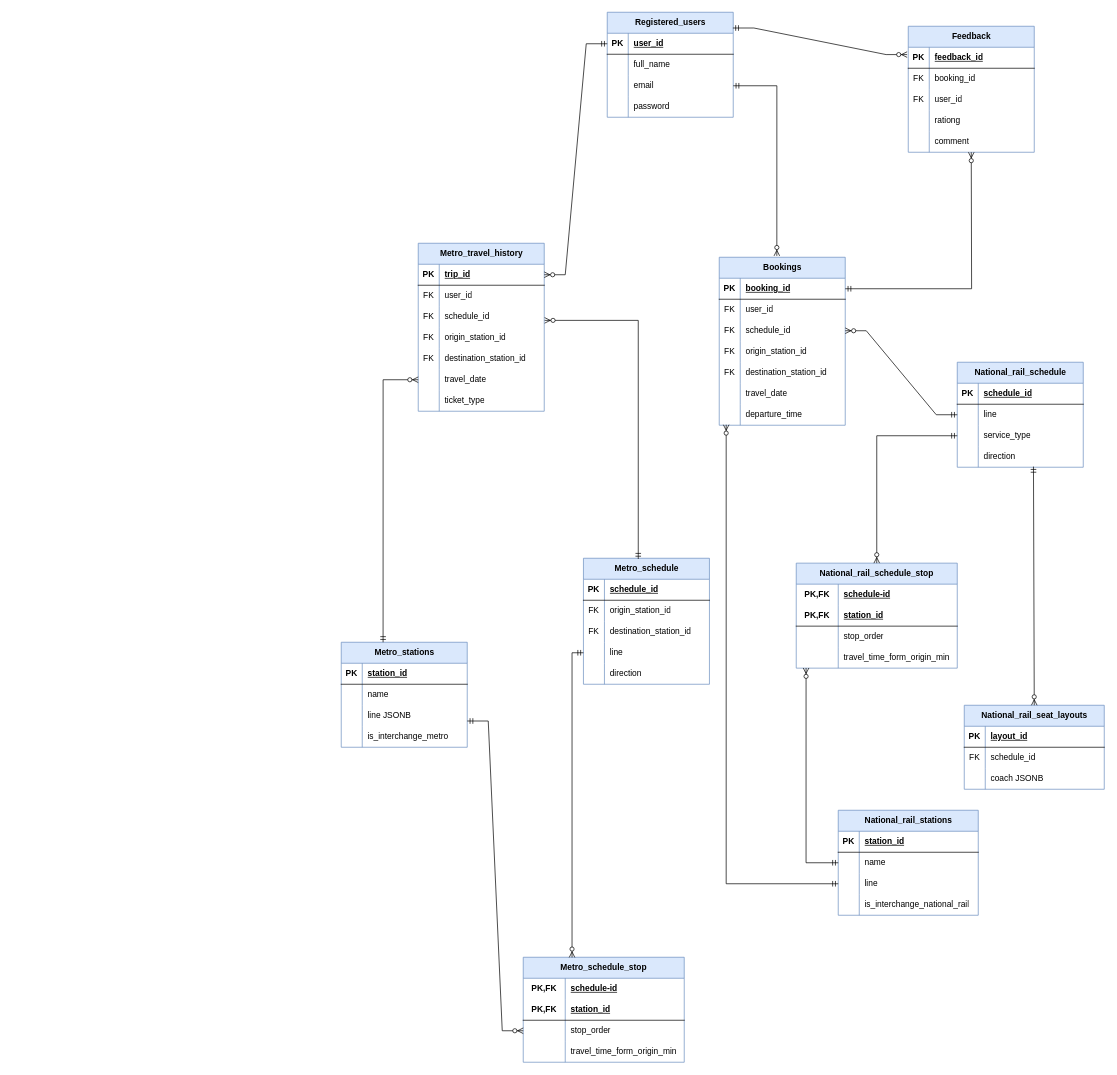
This is Transitflow.drawio from JoannaLai909/IM2002-DBMGT-Train-final, a draw.io file, before an edit. Source tidied: cells renumbered, new cells numbered last; positions are measured from the earlier drawing's top-left corner, leaving out a move shared by most shapes. Both pictures are drawn from the tidied source at 70%, with x=0, y=0 at pixel (341, 12).
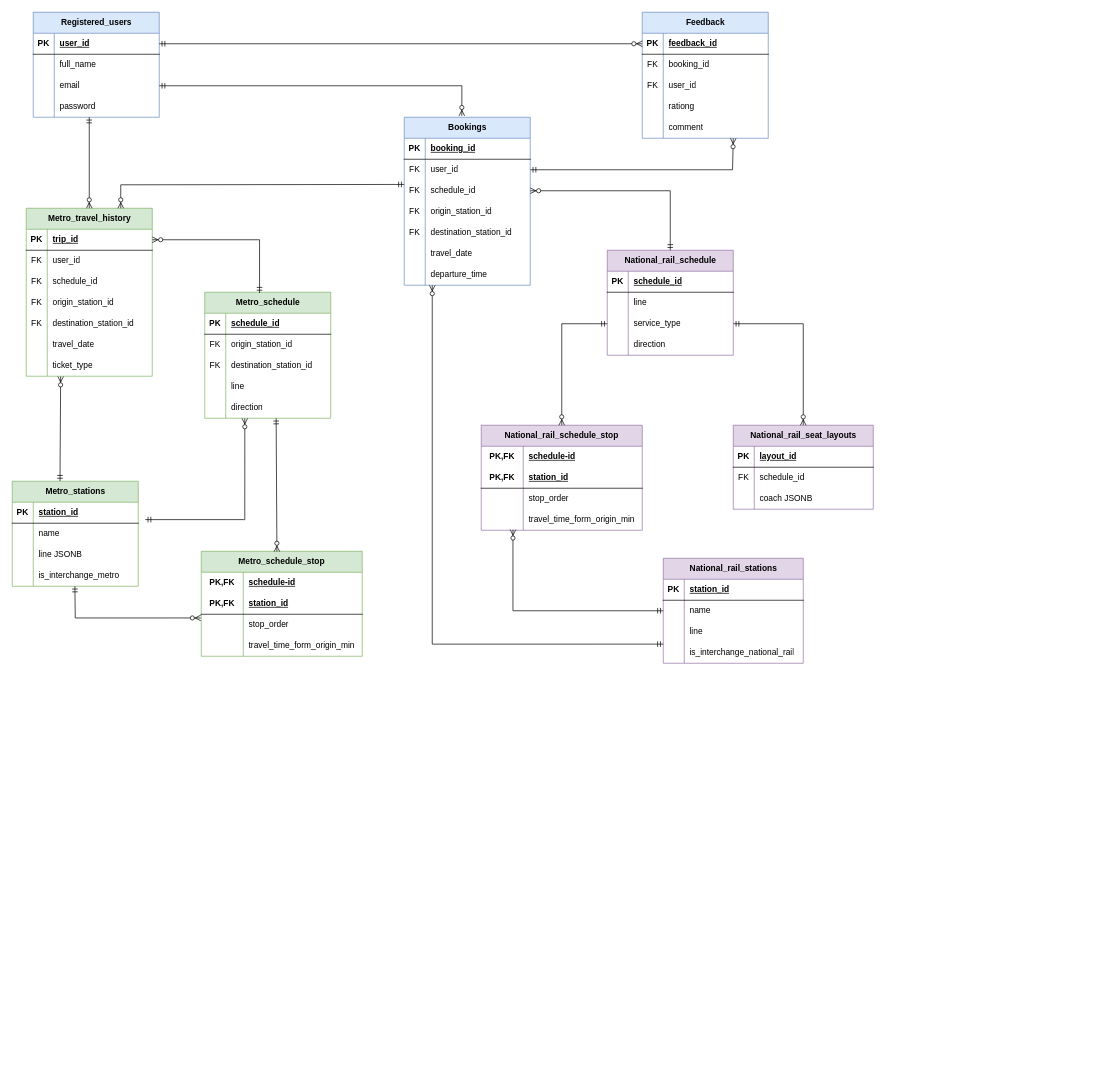
After the change.

Unchanged cells that the change refers to:
```xml
<mxCell id="3" style="shape=tableRow;horizontal=0;startSize=0;swimlaneHead=0;swimlaneBody=0;fillColor=none;points=[[0,0.5],[1,0.5]];portConstraint=eastwest;top=0;left=0;right=0;bottom=1;" parent="2" vertex="1">
  <mxGeometry y="30" width="180" height="30" as="geometry" />
</mxCell>
<mxCell id="16" style="shape=tableRow;horizontal=0;startSize=0;swimlaneHead=0;swimlaneBody=0;fillColor=none;points=[[0,0.5],[1,0.5]];portConstraint=eastwest;top=0;left=0;right=0;bottom=1;" parent="15" vertex="1">
  <mxGeometry y="30" width="180" height="30" as="geometry" />
</mxCell>
<mxCell id="19" style="shape=tableRow;horizontal=0;startSize=0;swimlaneHead=0;swimlaneBody=0;fillColor=none;points=[[0,0.5],[1,0.5]];portConstraint=eastwest;top=0;left=0;right=0;bottom=0;" parent="15" vertex="1">
  <mxGeometry y="60" width="180" height="30" as="geometry" />
</mxCell>
<mxCell id="22" style="shape=tableRow;horizontal=0;startSize=0;swimlaneHead=0;swimlaneBody=0;fillColor=none;points=[[0,0.5],[1,0.5]];portConstraint=eastwest;top=0;left=0;right=0;bottom=0;" parent="15" vertex="1">
  <mxGeometry y="90" width="180" height="30" as="geometry" />
</mxCell>
<mxCell id="34" style="shape=tableRow;horizontal=0;startSize=0;swimlaneHead=0;swimlaneBody=0;fillColor=none;points=[[0,0.5],[1,0.5]];portConstraint=eastwest;top=0;left=0;right=0;bottom=0;" parent="15" vertex="1">
  <mxGeometry y="210" width="180" height="30" as="geometry" />
</mxCell>
<mxCell id="54" style="shape=tableRow;horizontal=0;startSize=0;swimlaneHead=0;swimlaneBody=0;fillColor=none;points=[[0,0.5],[1,0.5]];portConstraint=eastwest;top=0;left=0;right=0;bottom=0;" parent="50" vertex="1">
  <mxGeometry y="60" width="200" height="30" as="geometry" />
</mxCell>
<mxCell id="57" style="shape=tableRow;horizontal=0;startSize=0;swimlaneHead=0;swimlaneBody=0;fillColor=none;points=[[0,0.5],[1,0.5]];portConstraint=eastwest;top=0;left=0;right=0;bottom=0;" parent="50" vertex="1">
  <mxGeometry y="90" width="200" height="30" as="geometry" />
</mxCell>
<mxCell id="64" style="shape=tableRow;horizontal=0;startSize=0;swimlaneHead=0;swimlaneBody=0;fillColor=none;points=[[0,0.5],[1,0.5]];portConstraint=eastwest;top=0;left=0;right=0;bottom=1;" parent="63" vertex="1">
  <mxGeometry y="30" width="180" height="30" as="geometry" />
</mxCell>
<mxCell id="70" style="shape=tableRow;horizontal=0;startSize=0;swimlaneHead=0;swimlaneBody=0;fillColor=none;points=[[0,0.5],[1,0.5]];portConstraint=eastwest;top=0;left=0;right=0;bottom=0;" parent="63" vertex="1">
  <mxGeometry y="90" width="180" height="30" as="geometry" />
</mxCell>
<mxCell id="79" style="shape=tableRow;horizontal=0;startSize=0;swimlaneHead=0;swimlaneBody=0;fillColor=none;points=[[0,0.5],[1,0.5]];portConstraint=eastwest;top=0;left=0;right=0;bottom=0;" parent="63" vertex="1">
  <mxGeometry y="180" width="180" height="30" as="geometry" />
</mxCell>
<mxCell id="82" style="shape=tableRow;horizontal=0;startSize=0;swimlaneHead=0;swimlaneBody=0;fillColor=none;points=[[0,0.5],[1,0.5]];portConstraint=eastwest;top=0;left=0;right=0;bottom=0;" parent="63" vertex="1">
  <mxGeometry y="210" width="180" height="30" as="geometry" />
</mxCell>
<mxCell id="92" style="shape=tableRow;horizontal=0;startSize=0;swimlaneHead=0;swimlaneBody=0;fillColor=none;points=[[0,0.5],[1,0.5]];portConstraint=eastwest;top=0;left=0;right=0;bottom=0;" parent="85" vertex="1">
  <mxGeometry y="90" width="180" height="30" as="geometry" />
</mxCell>
<mxCell id="95" style="shape=tableRow;horizontal=0;startSize=0;swimlaneHead=0;swimlaneBody=0;fillColor=none;points=[[0,0.5],[1,0.5]];portConstraint=eastwest;top=0;left=0;right=0;bottom=0;" parent="85" vertex="1">
  <mxGeometry y="120" width="180" height="30" as="geometry" />
</mxCell>
<mxCell id="108" style="shape=tableRow;horizontal=0;startSize=0;swimlaneHead=0;swimlaneBody=0;fillColor=none;points=[[0,0.5],[1,0.5]];portConstraint=eastwest;top=0;left=0;right=0;bottom=0;" parent="98" vertex="1">
  <mxGeometry y="120" width="180" height="30" as="geometry" />
</mxCell>
<mxCell id="111" style="shape=tableRow;horizontal=0;startSize=0;swimlaneHead=0;swimlaneBody=0;fillColor=none;points=[[0,0.5],[1,0.5]];portConstraint=eastwest;top=0;left=0;right=0;bottom=0;" parent="98" vertex="1">
  <mxGeometry y="150" width="180" height="30" as="geometry" />
</mxCell>
<mxCell id="121" style="shape=tableRow;horizontal=0;startSize=0;swimlaneHead=0;swimlaneBody=0;fillColor=none;points=[[0,0.5],[1,0.5]];portConstraint=eastwest;top=0;left=0;right=0;bottom=0;html=1;" parent="114" vertex="1">
  <mxGeometry y="90" width="230" height="30" as="geometry" />
</mxCell>
<mxCell id="137" style="shape=tableRow;horizontal=0;startSize=0;swimlaneHead=0;swimlaneBody=0;fillColor=none;points=[[0,0.5],[1,0.5]];portConstraint=eastwest;top=0;left=0;right=0;bottom=0;html=1;" parent="127" vertex="1">
  <mxGeometry y="120" width="230" height="30" as="geometry" />
</mxCell>
<mxCell id="141" style="shape=tableRow;horizontal=0;startSize=0;swimlaneHead=0;swimlaneBody=0;fillColor=none;points=[[0,0.5],[1,0.5]];portConstraint=eastwest;top=0;left=0;right=0;bottom=1;" parent="140" vertex="1">
  <mxGeometry y="30" width="180" height="30" as="geometry" />
</mxCell>
```

The edit, as a diff of the source:
```diff
@@
-<mxGraphModel>
+<mxGraphModel background="#ffffff">
@@
     <mxCell id="2" value="Registered_users" style="shape=table;startSize=30;childLayout=tableLayout;rowLines=0;fontStyle=1;align=center;html=1;fillColor=#dae8fc;strokeColor=#6c8ebf;" parent="1" vertex="1">
-      <mxGeometry x="380" width="180" height="150" as="geometry" />
+      <mxGeometry x="-440" width="180" height="150" as="geometry" />
     </mxCell>
@@
     <mxCell id="15" value="Bookings" style="shape=table;startSize=30;childLayout=tableLayout;rowLines=0;fontStyle=1;align=center;html=1;fillColor=#dae8fc;strokeColor=#6c8ebf;" parent="1" vertex="1">
-      <mxGeometry x="540" y="350" width="180" height="240" as="geometry" />
+      <mxGeometry x="90" y="150" width="180" height="240" as="geometry" />
     </mxCell>
@@
-    <mxCell id="37" value="Metro_stations" style="shape=table;startSize=30;childLayout=tableLayout;rowLines=0;fontStyle=1;align=center;html=1;fillColor=#dae8fc;strokeColor=#6c8ebf;" parent="1" vertex="1">
-      <mxGeometry y="900" width="180" height="150" as="geometry" />
+    <mxCell id="37" value="Metro_stations" style="shape=table;startSize=30;childLayout=tableLayout;rowLines=0;fontStyle=1;align=center;html=1;fillColor=#d5e8d4;strokeColor=#82b366;" parent="1" vertex="1">
+      <mxGeometry x="-470" y="670" width="180" height="150" as="geometry" />
     </mxCell>
@@
-    <mxCell id="50" value="National_rail_stations" style="shape=table;startSize=30;childLayout=tableLayout;rowLines=0;fontStyle=1;align=center;html=1;fillColor=#dae8fc;strokeColor=#6c8ebf;" parent="1" vertex="1">
-      <mxGeometry x="710" y="1140" width="200" height="150" as="geometry" />
+    <mxCell id="50" value="National_rail_stations" style="shape=table;startSize=30;childLayout=tableLayout;rowLines=0;fontStyle=1;align=center;html=1;fillColor=#e1d5e7;strokeColor=#9673a6;" parent="1" vertex="1">
+      <mxGeometry x="460" y="780" width="200" height="150" as="geometry" />
     </mxCell>
@@
-    <mxCell id="63" value="Metro_travel_history" style="shape=table;startSize=30;childLayout=tableLayout;rowLines=0;fontStyle=1;align=center;html=1;fillColor=#dae8fc;strokeColor=#6c8ebf;" parent="1" vertex="1">
-      <mxGeometry x="110" y="330" width="180" height="240" as="geometry" />
+    <mxCell id="63" value="Metro_travel_history" style="shape=table;startSize=30;childLayout=tableLayout;rowLines=0;fontStyle=1;align=center;html=1;fillColor=#d5e8d4;strokeColor=#82b366;" parent="1" vertex="1">
+      <mxGeometry x="-450" y="280" width="180" height="240" as="geometry" />
     </mxCell>
@@
-    <mxCell id="85" value="National_rail_schedule" style="shape=table;startSize=30;childLayout=tableLayout;rowLines=0;fontStyle=1;align=center;html=1;fillColor=#dae8fc;fillStyle=auto;strokeColor=#6c8ebf;" parent="1" vertex="1">
-      <mxGeometry x="880" y="500" width="180" height="150" as="geometry" />
+    <mxCell id="85" value="National_rail_schedule" style="shape=table;startSize=30;childLayout=tableLayout;rowLines=0;fontStyle=1;align=center;html=1;fillColor=#e1d5e7;fillStyle=auto;strokeColor=#9673a6;" parent="1" vertex="1">
+      <mxGeometry x="380" y="340" width="180" height="150" as="geometry" />
     </mxCell>
@@
-    <mxCell id="98" value="Metro_schedule" style="shape=table;startSize=30;childLayout=tableLayout;rowLines=0;fontStyle=1;align=center;html=1;fillColor=#dae8fc;strokeColor=#6c8ebf;" parent="1" vertex="1">
-      <mxGeometry x="346" y="780" width="180" height="180" as="geometry" />
+    <mxCell id="98" value="Metro_schedule" style="shape=table;startSize=30;childLayout=tableLayout;rowLines=0;fontStyle=1;align=center;html=1;fillColor=#d5e8d4;strokeColor=#82b366;" parent="1" vertex="1">
+      <mxGeometry x="-195" y="400" width="180" height="180" as="geometry" />
     </mxCell>
@@
-    <mxCell id="114" value="&lt;span style=&quot;white-space: nowrap;&quot;&gt;Metro_schedule_stop&lt;/span&gt;" style="shape=table;startSize=30;childLayout=tableLayout;rowLines=0;fontStyle=1;align=center;html=1;whiteSpace=wrap;fillColor=#dae8fc;strokeColor=#6c8ebf;" parent="1" vertex="1">
-      <mxGeometry x="260" y="1350" width="230" height="150" as="geometry" />
+    <mxCell id="114" value="&lt;span style=&quot;white-space: nowrap;&quot;&gt;Metro_schedule_stop&lt;/span&gt;" style="shape=table;startSize=30;childLayout=tableLayout;rowLines=0;fontStyle=1;align=center;html=1;whiteSpace=wrap;fillColor=#d5e8d4;strokeColor=#82b366;" parent="1" vertex="1">
+      <mxGeometry x="-200" y="770" width="230" height="150" as="geometry" />
     </mxCell>
@@
-    <mxCell id="127" value="&lt;span style=&quot;white-space: nowrap;&quot;&gt;National_rail_schedule_stop&lt;/span&gt;" style="shape=table;startSize=30;childLayout=tableLayout;rowLines=0;fontStyle=1;align=center;html=1;whiteSpace=wrap;fillColor=#dae8fc;strokeColor=#6c8ebf;" parent="1" vertex="1">
-      <mxGeometry x="650" y="787" width="230" height="150" as="geometry" />
+    <mxCell id="127" value="&lt;span style=&quot;white-space: nowrap;&quot;&gt;National_rail_schedule_stop&lt;/span&gt;" style="shape=table;startSize=30;childLayout=tableLayout;rowLines=0;fontStyle=1;align=center;html=1;whiteSpace=wrap;fillColor=#e1d5e7;strokeColor=#9673a6;" parent="1" vertex="1">
+      <mxGeometry x="200" y="590" width="230" height="150" as="geometry" />
     </mxCell>
@@
     <mxCell id="140" value="Feedback" style="shape=table;startSize=30;childLayout=tableLayout;rowLines=0;fontStyle=1;align=center;html=1;fillColor=#dae8fc;strokeColor=#6c8ebf;" parent="1" vertex="1">
-      <mxGeometry x="810" y="20" width="180" height="180" as="geometry" />
+      <mxGeometry x="430" width="180" height="180" as="geometry" />
     </mxCell>
@@
-    <mxCell id="156" value="National_rail_seat_layouts" style="shape=table;startSize=30;childLayout=tableLayout;rowLines=0;fontStyle=1;align=center;html=1;fillColor=#dae8fc;strokeColor=#6c8ebf;" parent="1" vertex="1">
-      <mxGeometry x="890" y="990" width="200" height="120" as="geometry" />
+    <mxCell id="156" value="National_rail_seat_layouts" style="shape=table;startSize=30;childLayout=tableLayout;rowLines=0;fontStyle=1;align=center;html=1;fillColor=#e1d5e7;strokeColor=#9673a6;" parent="1" vertex="1">
+      <mxGeometry x="560" y="590" width="200" height="120" as="geometry" />
     </mxCell>
@@
-    <mxCell id="167" style="edgeStyle=entityRelationEdgeStyle;fontSize=12;html=1;endArrow=ERzeroToMany;startArrow=ERmandOne;rounded=0;entryX=1;entryY=0.5;entryDx=0;entryDy=0;exitX=0;exitY=0.5;exitDx=0;exitDy=0;" parent="1" edge="1" source="3" target="64">
-      <mxGeometry relative="1" as="geometry" />
+    <mxCell id="167" style="fontSize=12;html=1;endArrow=ERzeroToMany;startArrow=ERmandOne;rounded=0;entryX=0.5;entryY=0;entryDx=0;entryDy=0;" parent="1" edge="1" target="63">
+      <mxGeometry relative="1" as="geometry">
+        <mxPoint x="-360" y="150" as="sourcePoint" />
+      </mxGeometry>
     </mxCell>
-    <mxCell id="168" style="fontSize=12;html=1;endArrow=ERzeroToMany;startArrow=ERmandOne;rounded=0;exitX=0.997;exitY=0.15;exitDx=0;exitDy=0;exitPerimeter=0;edgeStyle=entityRelationEdgeStyle;entryX=-0.009;entryY=0.349;entryDx=0;entryDy=0;entryPerimeter=0;" parent="1" edge="1" source="2" target="141">
+    <mxCell id="168" style="fontSize=12;html=1;endArrow=ERzeroToMany;startArrow=ERmandOne;rounded=0;exitX=1;exitY=0.5;exitDx=0;exitDy=0;entryX=0;entryY=0.5;entryDx=0;entryDy=0;" parent="1" edge="1" source="3" target="141">
       <mxGeometry relative="1" as="geometry" />
     </mxCell>
-    <mxCell id="169" style="fontSize=12;html=1;endArrow=ERzeroToMany;startArrow=ERmandOne;rounded=0;entryX=0;entryY=0.5;entryDx=0;entryDy=0;edgeStyle=orthogonalEdgeStyle;exitX=0.332;exitY=0;exitDx=0;exitDy=0;exitPerimeter=0;" parent="1" edge="1" source="37" target="79">
+    <mxCell id="169" style="fontSize=12;html=1;endArrow=ERzeroToMany;startArrow=ERmandOne;rounded=0;exitX=0.379;exitY=-0.002;exitDx=0;exitDy=0;exitPerimeter=0;entryX=0.273;entryY=1.011;entryDx=0;entryDy=0;entryPerimeter=0;" parent="1" edge="1" source="37" target="82">
       <mxGeometry relative="1" as="geometry" />
     </mxCell>
-    <mxCell id="170" style="edgeStyle=entityRelationEdgeStyle;fontSize=12;html=1;endArrow=ERzeroToMany;startArrow=ERmandOne;rounded=0;entryX=1;entryY=0.5;entryDx=0;entryDy=0;" parent="1" edge="1" source="85" target="22">
+    <mxCell id="170" style="edgeStyle=orthogonalEdgeStyle;fontSize=12;html=1;endArrow=ERzeroToMany;startArrow=ERmandOne;rounded=0;entryX=1;entryY=0.5;entryDx=0;entryDy=0;" parent="1" edge="1" source="85" target="22">
       <mxGeometry relative="1" as="geometry" />
     </mxCell>
-    <mxCell id="171" style="edgeStyle=orthogonalEdgeStyle;fontSize=12;html=1;endArrow=ERzeroToMany;startArrow=ERmandOne;rounded=0;exitX=1;exitY=0.5;exitDx=0;exitDy=0;" parent="1" edge="1" source="16">
-      <mxGeometry relative="1" as="geometry">
-        <mxPoint x="900" y="200" as="targetPoint" />
-      </mxGeometry>
-    </mxCell>
-    <mxCell id="172" style="fontSize=12;html=1;endArrow=ERzeroToMany;startArrow=ERmandOne;rounded=0;edgeStyle=orthogonalEdgeStyle;exitX=0;exitY=0.5;exitDx=0;exitDy=0;entryX=0.303;entryY=0.002;entryDx=0;entryDy=0;entryPerimeter=0;" parent="1" edge="1" source="108" target="114">
-      <mxGeometry relative="1" as="geometry" />
+    <mxCell id="172" style="fontSize=12;html=1;endArrow=ERzeroToMany;startArrow=ERmandOne;rounded=0;entryX=0.47;entryY=0.004;entryDx=0;entryDy=0;entryPerimeter=0;" parent="1" edge="1" target="114">
+      <mxGeometry relative="1" as="geometry">
+        <mxPoint x="-93" y="580" as="sourcePoint" />
+      </mxGeometry>
     </mxCell>
-    <mxCell id="173" style="fontSize=12;html=1;endArrow=ERzeroToMany;startArrow=ERmandOne;rounded=0;exitX=1;exitY=0.75;exitDx=0;exitDy=0;edgeStyle=entityRelationEdgeStyle;entryX=0;entryY=0.5;entryDx=0;entryDy=0;" parent="1" edge="1" source="37" target="121">
-      <mxGeometry relative="1" as="geometry" />
-    </mxCell>
-    <mxCell id="174" style="edgeStyle=orthogonalEdgeStyle;fontSize=12;html=1;endArrow=ERzeroToMany;startArrow=ERmandOne;rounded=0;entryX=1.003;entryY=0.673;entryDx=0;entryDy=0;entryPerimeter=0;exitX=0.435;exitY=0.006;exitDx=0;exitDy=0;exitPerimeter=0;" parent="1" edge="1" source="98" target="70">
+    <mxCell id="174" style="edgeStyle=orthogonalEdgeStyle;fontSize=12;html=1;endArrow=ERzeroToMany;startArrow=ERmandOne;rounded=0;entryX=1;entryY=0.5;entryDx=0;entryDy=0;exitX=0.435;exitY=0.006;exitDx=0;exitDy=0;exitPerimeter=0;" parent="1" edge="1" source="98" target="64">
       <mxGeometry relative="1" as="geometry" />
     </mxCell>
@@
-    <mxCell id="176" style="fontSize=12;html=1;endArrow=ERzeroToMany;startArrow=ERmandOne;rounded=0;entryX=0.5;entryY=0;entryDx=0;entryDy=0;exitX=0.605;exitY=0.97;exitDx=0;exitDy=0;exitPerimeter=0;" parent="1" edge="1" source="95" target="156">
+    <mxCell id="176" style="fontSize=12;html=1;endArrow=ERzeroToMany;startArrow=ERmandOne;rounded=0;entryX=0.5;entryY=0;entryDx=0;entryDy=0;exitX=1;exitY=0.5;exitDx=0;exitDy=0;edgeStyle=orthogonalEdgeStyle;" parent="1" edge="1" source="92" target="156">
       <mxGeometry relative="1" as="geometry" />
     </mxCell>
-    <mxCell id="177" style="fontSize=12;html=1;endArrow=ERzeroToMany;startArrow=ERmandOne;rounded=0;edgeStyle=orthogonalEdgeStyle;exitX=0;exitY=0.5;exitDx=0;exitDy=0;entryX=0.061;entryY=0.991;entryDx=0;entryDy=0;entryPerimeter=0;" parent="1" edge="1" source="54" target="137">
+    <mxCell id="177" style="fontSize=12;html=1;endArrow=ERzeroToMany;startArrow=ERmandOne;rounded=0;edgeStyle=orthogonalEdgeStyle;exitX=0;exitY=0.5;exitDx=0;exitDy=0;entryX=0.197;entryY=0.97;entryDx=0;entryDy=0;entryPerimeter=0;" parent="1" edge="1" source="54" target="137">
       <mxGeometry relative="1" as="geometry" />
     </mxCell>
-    <mxCell id="178" style="fontSize=12;html=1;endArrow=ERzeroToMany;startArrow=ERmandOne;rounded=0;edgeStyle=orthogonalEdgeStyle;exitX=0;exitY=0.5;exitDx=0;exitDy=0;entryX=0.055;entryY=0.974;entryDx=0;entryDy=0;entryPerimeter=0;" parent="1" edge="1" source="57" target="34">
-      <mxGeometry relative="1" as="geometry" />
+    <mxCell id="178" style="fontSize=12;html=1;endArrow=ERzeroToMany;startArrow=ERmandOne;rounded=0;edgeStyle=orthogonalEdgeStyle;exitX=0;exitY=1.089;exitDx=0;exitDy=0;exitPerimeter=0;" parent="1" edge="1" source="57">
+      <mxGeometry relative="1" as="geometry">
+        <mxPoint x="130" y="390" as="targetPoint" />
+        <Array as="points">
+          <mxPoint x="130" y="903" />
+        </Array>
+      </mxGeometry>
     </mxCell>
+    <mxCell id="179" style="edgeStyle=orthogonalEdgeStyle;fontSize=12;html=1;endArrow=ERzeroToMany;startArrow=ERmandOne;rounded=0;entryX=0.75;entryY=0;entryDx=0;entryDy=0;exitX=0.435;exitY=0.006;exitDx=0;exitDy=0;exitPerimeter=0;" parent="1" edge="1" target="63">
+      <mxGeometry relative="1" as="geometry">
+        <mxPoint x="90" y="246" as="sourcePoint" />
+      </mxGeometry>
+    </mxCell>
+    <mxCell id="180" style="fontSize=12;html=1;endArrow=ERzeroToMany;startArrow=ERmandOne;rounded=0;exitX=0.567;exitY=0.97;exitDx=0;exitDy=0;exitPerimeter=0;entryX=-0.003;entryY=0.176;entryDx=0;entryDy=0;entryPerimeter=0;edgeStyle=orthogonalEdgeStyle;" parent="1" edge="1" target="121">
+      <mxGeometry relative="1" as="geometry">
+        <mxPoint x="-380.5" y="820" as="sourcePoint" />
+      </mxGeometry>
+    </mxCell>
+    <mxCell id="181" style="fontSize=12;html=1;endArrow=ERzeroToMany;startArrow=ERmandOne;rounded=0;edgeStyle=orthogonalEdgeStyle;" parent="1" edge="1" source="19">
+      <mxGeometry relative="1" as="geometry">
+        <mxPoint x="560" y="180" as="targetPoint" />
+        <Array as="points">
+          <mxPoint x="559" y="225" />
+        </Array>
+      </mxGeometry>
+    </mxCell>
+    <mxCell id="182" style="edgeStyle=orthogonalEdgeStyle;fontSize=12;html=1;endArrow=ERzeroToMany;startArrow=ERmandOne;rounded=0;entryX=0.318;entryY=1.006;entryDx=0;entryDy=0;entryPerimeter=0;" parent="1" edge="1" target="111">
+      <mxGeometry relative="1" as="geometry">
+        <mxPoint x="-280" y="724.8" as="sourcePoint" />
+        <Array as="points">
+          <mxPoint x="-140" y="725" />
+          <mxPoint x="-138" y="725" />
+        </Array>
+      </mxGeometry>
+    </mxCell>
```
